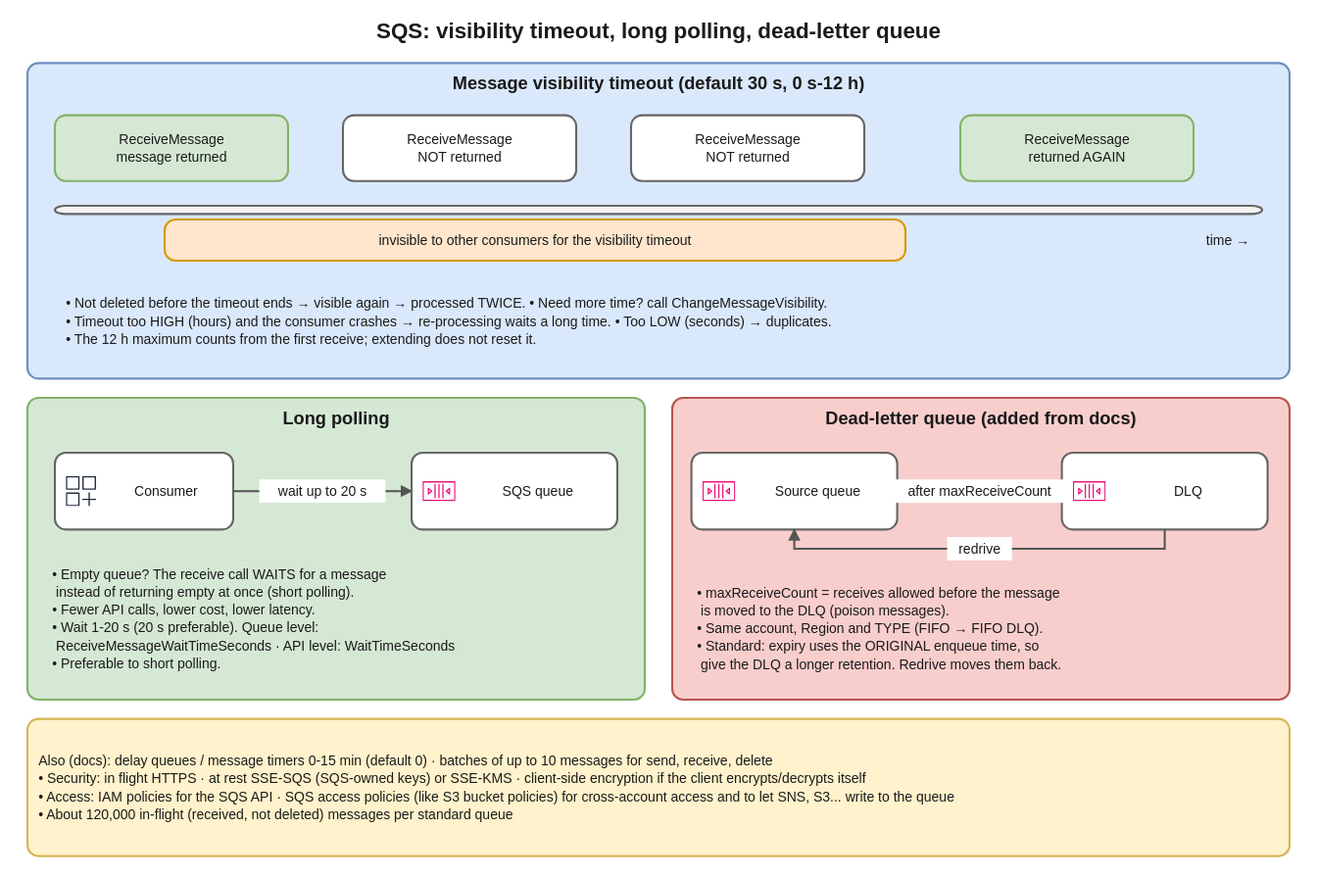
Before: interview-prep/aws/diagrams/msg-03-sqs-visibility-polling-dlq.drawio.svg, a diagram exported from draw.io (suraj9741/interview). Source tidied: cells renumbered, new cells last; positions are measured from the earlier drawing's top-left corner, leaving out a move shared by most shapes.
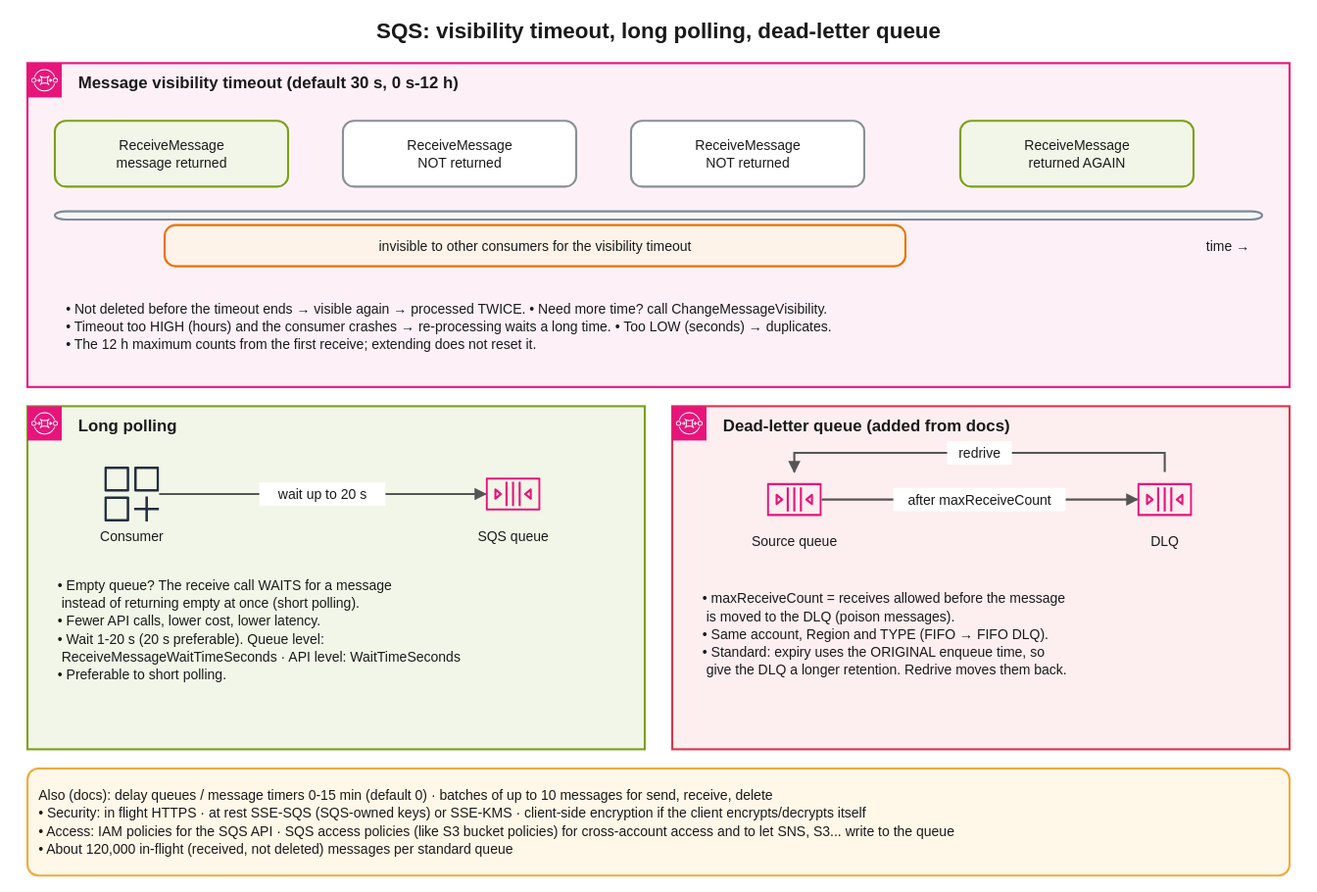
The same diagram one commit later.

Change to the diagram source:
```diff
@@ -5,71 +5,80 @@
     <mxCell id="2" value="SQS: visibility timeout, long polling, dead-letter queue" style="text;strokeColor=none;fillColor=none;whiteSpace=wrap;html=1;fontSize=16;fontColor=#1a1a1a;fontFamily=Helvetica;align=center;verticalAlign=middle;fontStyle=1;" parent="1" vertex="1">
       <mxGeometry width="960" height="28" as="geometry" />
     </mxCell>
-    <mxCell id="3" value="Message visibility timeout (default 30 s, 0 s-12 h)" style="rounded=1;absoluteArcSize=1;arcSize=16;fillColor=#dae8fc;strokeColor=#6c8ebf;strokeWidth=1.5;whiteSpace=wrap;html=1;fontSize=13;fontColor=#1a1a1a;fontFamily=Helvetica;align=center;verticalAlign=top;fontStyle=1;spacingTop=2;spacingBottom=2;" parent="1" vertex="1">
-      <mxGeometry x="20" y="38" width="920" height="230" as="geometry" />
+    <mxCell id="3" value="Message visibility timeout (default 30 s, 0 s-12 h)" style="rounded=0;fillColor=#FDF0F6;strokeColor=#E7157B;strokeWidth=1.5;whiteSpace=wrap;html=1;fontSize=12;fontColor=#1a1a1a;fontFamily=Helvetica;align=left;verticalAlign=top;fontStyle=1;spacingLeft=35;spacingTop=2;spacingBottom=2;" parent="1" vertex="1">
+      <mxGeometry x="20" y="38" width="920" height="236" as="geometry" />
     </mxCell>
+    <mxCell id="28" style="sketch=0;fontColor=#232F3E;gradientColor=none;dashed=0;verticalLabelPosition=bottom;verticalAlign=top;align=center;html=1;fontSize=12;fontStyle=0;fillColor=#E7157B;strokeColor=#ffffff;shape=mxgraph.aws4.resourceIcon;resIcon=mxgraph.aws4.sqs;" parent="1" vertex="1">
+      <mxGeometry x="20" y="38" width="25" height="25" as="geometry" />
+    </mxCell>
-    <mxCell id="4" style="rounded=1;absoluteArcSize=1;arcSize=16;fillColor=#f5f5f5;strokeColor=#666666;strokeWidth=1.5;whiteSpace=wrap;html=1;fontSize=12;fontColor=#1a1a1a;fontFamily=Helvetica;align=center;verticalAlign=middle;" parent="1" vertex="1">
-      <mxGeometry x="40" y="142" width="880" height="6" as="geometry" />
+    <mxCell id="4" style="rounded=1;absoluteArcSize=1;arcSize=16;fillColor=#F5F6F7;strokeColor=#7D8998;strokeWidth=1.5;whiteSpace=wrap;html=1;fontSize=12;fontColor=#1a1a1a;fontFamily=Helvetica;align=center;verticalAlign=middle;" parent="1" vertex="1">
+      <mxGeometry x="40" y="146" width="880" height="6" as="geometry" />
     </mxCell>
-    <mxCell id="5" value="ReceiveMessage&lt;br&gt;message returned" style="rounded=1;absoluteArcSize=1;arcSize=16;fillColor=#d5e8d4;strokeColor=#82b366;strokeWidth=1.5;whiteSpace=wrap;html=1;fontSize=10;fontColor=#1a1a1a;fontFamily=Helvetica;align=center;verticalAlign=middle;" parent="1" vertex="1">
-      <mxGeometry x="40" y="76" width="170" height="48" as="geometry" />
+    <mxCell id="5" value="ReceiveMessage&lt;br&gt;message returned" style="rounded=1;absoluteArcSize=1;arcSize=16;fillColor=#F2F6E8;strokeColor=#7AA116;strokeWidth=1.5;whiteSpace=wrap;html=1;fontSize=10;fontColor=#1a1a1a;fontFamily=Helvetica;align=center;verticalAlign=middle;" parent="1" vertex="1">
+      <mxGeometry x="40" y="80" width="170" height="48" as="geometry" />
     </mxCell>
-    <mxCell id="6" value="ReceiveMessage&lt;br&gt;NOT returned" style="rounded=1;absoluteArcSize=1;arcSize=16;fillColor=#ffffff;strokeColor=#666666;strokeWidth=1.5;whiteSpace=wrap;html=1;fontSize=10;fontColor=#1a1a1a;fontFamily=Helvetica;align=center;verticalAlign=middle;" parent="1" vertex="1">
-      <mxGeometry x="250" y="76" width="170" height="48" as="geometry" />
+    <mxCell id="6" value="ReceiveMessage&lt;br&gt;NOT returned" style="rounded=1;absoluteArcSize=1;arcSize=16;fillColor=#FFFFFF;strokeColor=#879196;strokeWidth=1.5;whiteSpace=wrap;html=1;fontSize=10;fontColor=#1a1a1a;fontFamily=Helvetica;align=center;verticalAlign=middle;" parent="1" vertex="1">
+      <mxGeometry x="250" y="80" width="170" height="48" as="geometry" />
     </mxCell>
-    <mxCell id="7" value="ReceiveMessage&lt;br&gt;NOT returned" style="rounded=1;absoluteArcSize=1;arcSize=16;fillColor=#ffffff;strokeColor=#666666;strokeWidth=1.5;whiteSpace=wrap;html=1;fontSize=10;fontColor=#1a1a1a;fontFamily=Helvetica;align=center;verticalAlign=middle;" parent="1" vertex="1">
-      <mxGeometry x="460" y="76" width="170" height="48" as="geometry" />
+    <mxCell id="7" value="ReceiveMessage&lt;br&gt;NOT returned" style="rounded=1;absoluteArcSize=1;arcSize=16;fillColor=#FFFFFF;strokeColor=#879196;strokeWidth=1.5;whiteSpace=wrap;html=1;fontSize=10;fontColor=#1a1a1a;fontFamily=Helvetica;align=center;verticalAlign=middle;" parent="1" vertex="1">
+      <mxGeometry x="460" y="80" width="170" height="48" as="geometry" />
     </mxCell>
-    <mxCell id="8" value="ReceiveMessage&lt;br&gt;returned AGAIN" style="rounded=1;absoluteArcSize=1;arcSize=16;fillColor=#d5e8d4;strokeColor=#82b366;strokeWidth=1.5;whiteSpace=wrap;html=1;fontSize=10;fontColor=#1a1a1a;fontFamily=Helvetica;align=center;verticalAlign=middle;" parent="1" vertex="1">
-      <mxGeometry x="700" y="76" width="170" height="48" as="geometry" />
+    <mxCell id="8" value="ReceiveMessage&lt;br&gt;returned AGAIN" style="rounded=1;absoluteArcSize=1;arcSize=16;fillColor=#F2F6E8;strokeColor=#7AA116;strokeWidth=1.5;whiteSpace=wrap;html=1;fontSize=10;fontColor=#1a1a1a;fontFamily=Helvetica;align=center;verticalAlign=middle;" parent="1" vertex="1">
+      <mxGeometry x="700" y="80" width="170" height="48" as="geometry" />
     </mxCell>
-    <mxCell id="9" value="invisible to other consumers for the visibility timeout" style="rounded=1;absoluteArcSize=1;arcSize=16;fillColor=#ffe6cc;strokeColor=#d79b00;strokeWidth=1.5;whiteSpace=wrap;html=1;fontSize=10;fontColor=#1a1a1a;fontFamily=Helvetica;align=center;verticalAlign=middle;" parent="1" vertex="1">
-      <mxGeometry x="120" y="152" width="540" height="30" as="geometry" />
+    <mxCell id="9" value="invisible to other consumers for the visibility timeout" style="rounded=1;absoluteArcSize=1;arcSize=16;fillColor=#FEF3E8;strokeColor=#ED7100;strokeWidth=1.5;whiteSpace=wrap;html=1;fontSize=10;fontColor=#1a1a1a;fontFamily=Helvetica;align=center;verticalAlign=middle;" parent="1" vertex="1">
+      <mxGeometry x="120" y="156" width="540" height="30" as="geometry" />
     </mxCell>
     <mxCell id="10" value="time →" style="text;strokeColor=none;fillColor=none;whiteSpace=wrap;html=1;fontSize=10;fontColor=#1a1a1a;fontFamily=Helvetica;align=center;verticalAlign=middle;" parent="1" vertex="1">
-      <mxGeometry x="860" y="152" width="70" height="30" as="geometry" />
+      <mxGeometry x="860" y="156" width="70" height="30" as="geometry" />
     </mxCell>
     <mxCell id="11" value="• Not deleted before the timeout ends → visible again → processed TWICE.   • Need more time? call ChangeMessageVisibility.&lt;br&gt;• Timeout too HIGH (hours) and the consumer crashes → re-processing waits a long time.   • Too LOW (seconds) → duplicates.&lt;br&gt;• The 12 h maximum counts from the first receive; extending does not reset it." style="text;strokeColor=none;fillColor=none;whiteSpace=wrap;html=1;fontSize=10;fontColor=#1a1a1a;fontFamily=Helvetica;align=left;verticalAlign=middle;spacingLeft=6;" parent="1" vertex="1">
-      <mxGeometry x="40" y="188" width="880" height="76" as="geometry" />
+      <mxGeometry x="40" y="192" width="880" height="76" as="geometry" />
     </mxCell>
-    <mxCell id="12" value="Long polling" style="rounded=1;absoluteArcSize=1;arcSize=16;fillColor=#d5e8d4;strokeColor=#82b366;strokeWidth=1.5;whiteSpace=wrap;html=1;fontSize=13;fontColor=#1a1a1a;fontFamily=Helvetica;align=center;verticalAlign=top;fontStyle=1;spacingTop=2;spacingBottom=2;" parent="1" vertex="1">
-      <mxGeometry x="20" y="282" width="450" height="220" as="geometry" />
+    <mxCell id="12" value="Long polling" style="rounded=0;fillColor=#F2F6E8;strokeColor=#7AA116;strokeWidth=1.5;whiteSpace=wrap;html=1;fontSize=12;fontColor=#1a1a1a;fontFamily=Helvetica;align=left;verticalAlign=top;fontStyle=1;spacingLeft=35;spacingTop=2;spacingBottom=2;" parent="1" vertex="1">
+      <mxGeometry x="20" y="288" width="450" height="250" as="geometry" />
     </mxCell>
+    <mxCell id="29" style="sketch=0;fontColor=#232F3E;gradientColor=none;dashed=0;verticalLabelPosition=bottom;verticalAlign=top;align=center;html=1;fontSize=12;fontStyle=0;fillColor=#E7157B;strokeColor=#ffffff;shape=mxgraph.aws4.resourceIcon;resIcon=mxgraph.aws4.sqs;" parent="1" vertex="1">
+      <mxGeometry x="20" y="288" width="25" height="25" as="geometry" />
+    </mxCell>
-    <mxCell id="13" value="Consumer" style="rounded=1;absoluteArcSize=1;arcSize=16;fillColor=#ffffff;strokeColor=#666666;strokeWidth=1.5;whiteSpace=wrap;html=1;fontSize=10;fontColor=#1a1a1a;fontFamily=Helvetica;align=center;verticalAlign=middle;spacingLeft=32;" parent="1" vertex="1">
-      <mxGeometry x="40" y="322" width="130" height="56" as="geometry" />
+    <mxCell id="13" style="sketch=0;outlineConnect=0;fontColor=#232F3E;gradientColor=none;dashed=0;verticalLabelPosition=bottom;verticalAlign=top;align=center;html=1;fontSize=12;fontStyle=0;fillColor=#232F3E;strokeColor=none;shape=mxgraph.aws4.generic_application;" parent="1" vertex="1">
+      <mxGeometry x="76" y="332" width="40" height="40" as="geometry" />
     </mxCell>
-    <mxCell id="14" style="sketch=0;fontColor=#232F3E;gradientColor=none;dashed=0;verticalLabelPosition=bottom;verticalAlign=top;align=center;html=1;fontSize=12;fontStyle=0;fillColor=#232F3E;strokeColor=none;shape=mxgraph.aws4.generic_application;" parent="1" vertex="1">
-      <mxGeometry x="48" y="339" width="22" height="22" as="geometry" />
-    </mxCell>
+    <mxCell id="30" value="Consumer" style="text;strokeColor=none;fillColor=none;whiteSpace=wrap;html=1;fontSize=10;fontColor=#1a1a1a;fontFamily=Helvetica;align=center;verticalAlign=middle;" parent="1" vertex="1">
+      <mxGeometry x="21" y="374" width="150" height="17" as="geometry" />
+    </mxCell>
-    <mxCell id="15" value="SQS queue" style="rounded=1;absoluteArcSize=1;arcSize=16;fillColor=#ffffff;strokeColor=#666666;strokeWidth=1.5;whiteSpace=wrap;html=1;fontSize=10;fontColor=#1a1a1a;fontFamily=Helvetica;align=center;verticalAlign=middle;spacingLeft=34;" parent="1" vertex="1">
-      <mxGeometry x="300" y="322" width="150" height="56" as="geometry" />
+    <mxCell id="15" style="sketch=0;outlineConnect=0;fontColor=#232F3E;gradientColor=none;dashed=0;verticalLabelPosition=bottom;verticalAlign=top;align=center;html=1;fontSize=12;fontStyle=0;fillColor=#E7157B;strokeColor=none;shape=mxgraph.aws4.queue;" parent="1" vertex="1">
+      <mxGeometry x="354" y="332" width="40" height="40" as="geometry" />
     </mxCell>
-    <mxCell id="16" style="sketch=0;fontColor=#232F3E;gradientColor=none;dashed=0;verticalLabelPosition=bottom;verticalAlign=top;align=center;html=1;fontSize=12;fontStyle=0;fillColor=#E7157B;strokeColor=none;shape=mxgraph.aws4.queue;" parent="1" vertex="1">
-      <mxGeometry x="308" y="338" width="24" height="24" as="geometry" />
-    </mxCell>
+    <mxCell id="31" value="SQS queue" style="text;strokeColor=none;fillColor=none;whiteSpace=wrap;html=1;fontSize=10;fontColor=#1a1a1a;fontFamily=Helvetica;align=center;verticalAlign=middle;" parent="1" vertex="1">
+      <mxGeometry x="299" y="374" width="150" height="17" as="geometry" />
+    </mxCell>
     <mxCell id="17" value="• Empty queue? The receive call WAITS for a message&lt;br&gt;  instead of returning empty at once (short polling).&lt;br&gt;• Fewer API calls, lower cost, lower latency.&lt;br&gt;• Wait 1-20 s (20 s preferable). Queue level:&lt;br&gt;  ReceiveMessageWaitTimeSeconds · API level: WaitTimeSeconds&lt;br&gt;• Preferable to short polling." style="text;strokeColor=none;fillColor=none;whiteSpace=wrap;html=1;fontSize=10;fontColor=#1a1a1a;fontFamily=Helvetica;align=left;verticalAlign=middle;spacingLeft=6;" parent="1" vertex="1">
-      <mxGeometry x="30" y="388" width="430" height="110" as="geometry" />
+      <mxGeometry x="34" y="396" width="430" height="110" as="geometry" />
     </mxCell>
-    <mxCell id="18" value="Dead-letter queue (added from docs)" style="rounded=1;absoluteArcSize=1;arcSize=16;fillColor=#f8cecc;strokeColor=#b85450;strokeWidth=1.5;whiteSpace=wrap;html=1;fontSize=13;fontColor=#1a1a1a;fontFamily=Helvetica;align=center;verticalAlign=top;fontStyle=1;spacingTop=2;spacingBottom=2;" parent="1" vertex="1">
-      <mxGeometry x="490" y="282" width="450" height="220" as="geometry" />
+    <mxCell id="18" value="Dead-letter queue (added from docs)" style="rounded=0;fillColor=#FDEEF0;strokeColor=#DD344C;strokeWidth=1.5;whiteSpace=wrap;html=1;fontSize=12;fontColor=#1a1a1a;fontFamily=Helvetica;align=left;verticalAlign=top;fontStyle=1;spacingLeft=35;spacingTop=2;spacingBottom=2;" parent="1" vertex="1">
+      <mxGeometry x="490" y="288" width="450" height="250" as="geometry" />
     </mxCell>
+    <mxCell id="32" style="sketch=0;fontColor=#232F3E;gradientColor=none;dashed=0;verticalLabelPosition=bottom;verticalAlign=top;align=center;html=1;fontSize=12;fontStyle=0;fillColor=#E7157B;strokeColor=#ffffff;shape=mxgraph.aws4.resourceIcon;resIcon=mxgraph.aws4.sqs;" parent="1" vertex="1">
+      <mxGeometry x="490" y="288" width="25" height="25" as="geometry" />
+    </mxCell>
-    <mxCell id="19" value="Source queue" style="rounded=1;absoluteArcSize=1;arcSize=16;fillColor=#ffffff;strokeColor=#666666;strokeWidth=1.5;whiteSpace=wrap;html=1;fontSize=10;fontColor=#1a1a1a;fontFamily=Helvetica;align=center;verticalAlign=middle;spacingLeft=34;" parent="1" vertex="1">
-      <mxGeometry x="504" y="322" width="150" height="56" as="geometry" />
+    <mxCell id="19" style="sketch=0;outlineConnect=0;fontColor=#232F3E;gradientColor=none;dashed=0;verticalLabelPosition=bottom;verticalAlign=top;align=center;html=1;fontSize=12;fontStyle=0;fillColor=#E7157B;strokeColor=none;shape=mxgraph.aws4.queue;" parent="1" vertex="1">
+      <mxGeometry x="559" y="336" width="40" height="40" as="geometry" />
     </mxCell>
-    <mxCell id="20" style="sketch=0;fontColor=#232F3E;gradientColor=none;dashed=0;verticalLabelPosition=bottom;verticalAlign=top;align=center;html=1;fontSize=12;fontStyle=0;fillColor=#E7157B;strokeColor=none;shape=mxgraph.aws4.queue;" parent="1" vertex="1">
-      <mxGeometry x="512" y="338" width="24" height="24" as="geometry" />
-    </mxCell>
+    <mxCell id="33" value="Source queue" style="text;strokeColor=none;fillColor=none;whiteSpace=wrap;html=1;fontSize=10;fontColor=#1a1a1a;fontFamily=Helvetica;align=center;verticalAlign=middle;" parent="1" vertex="1">
+      <mxGeometry x="504" y="378" width="150" height="17" as="geometry" />
+    </mxCell>
-    <mxCell id="21" value="DLQ" style="rounded=1;absoluteArcSize=1;arcSize=16;fillColor=#ffffff;strokeColor=#666666;strokeWidth=1.5;whiteSpace=wrap;html=1;fontSize=10;fontColor=#1a1a1a;fontFamily=Helvetica;align=center;verticalAlign=middle;spacingLeft=34;" parent="1" vertex="1">
-      <mxGeometry x="774" y="322" width="150" height="56" as="geometry" />
+    <mxCell id="21" style="sketch=0;outlineConnect=0;fontColor=#232F3E;gradientColor=none;dashed=0;verticalLabelPosition=bottom;verticalAlign=top;align=center;html=1;fontSize=12;fontStyle=0;fillColor=#E7157B;strokeColor=none;shape=mxgraph.aws4.queue;" parent="1" vertex="1">
+      <mxGeometry x="829" y="336" width="40" height="40" as="geometry" />
     </mxCell>
-    <mxCell id="22" style="sketch=0;fontColor=#232F3E;gradientColor=none;dashed=0;verticalLabelPosition=bottom;verticalAlign=top;align=center;html=1;fontSize=12;fontStyle=0;fillColor=#E7157B;strokeColor=none;shape=mxgraph.aws4.queue;" parent="1" vertex="1">
-      <mxGeometry x="782" y="338" width="24" height="24" as="geometry" />
-    </mxCell>
+    <mxCell id="34" value="DLQ" style="text;strokeColor=none;fillColor=none;whiteSpace=wrap;html=1;fontSize=10;fontColor=#1a1a1a;fontFamily=Helvetica;align=center;verticalAlign=middle;" parent="1" vertex="1">
+      <mxGeometry x="774" y="378" width="150" height="17" as="geometry" />
+    </mxCell>
     <mxCell id="23" value="• maxReceiveCount = receives allowed before the message&lt;br&gt;  is moved to the DLQ (poison messages).&lt;br&gt;• Same account, Region and TYPE (FIFO → FIFO DLQ).&lt;br&gt;• Standard: expiry uses the ORIGINAL enqueue time, so&lt;br&gt;  give the DLQ a longer retention. Redrive moves them back." style="text;strokeColor=none;fillColor=none;whiteSpace=wrap;html=1;fontSize=10;fontColor=#1a1a1a;fontFamily=Helvetica;align=left;verticalAlign=middle;spacingLeft=6;" parent="1" vertex="1">
-      <mxGeometry x="500" y="402" width="430" height="96" as="geometry" />
+      <mxGeometry x="504" y="404" width="430" height="100" as="geometry" />
     </mxCell>
-    <mxCell id="24" value="Also (docs): delay queues / message timers 0-15 min (default 0) · batches of up to 10 messages for send, receive, delete&lt;br&gt;• Security: in flight HTTPS · at rest SSE-SQS (SQS-owned keys) or SSE-KMS · client-side encryption if the client encrypts/decrypts itself&lt;br&gt;• Access: IAM policies for the SQS API · SQS access policies (like S3 bucket policies) for cross-account access and to let SNS, S3... write to the queue&lt;br&gt;• About 120,000 in-flight (received, not deleted) messages per standard queue" style="rounded=1;absoluteArcSize=1;arcSize=16;fillColor=#fff2cc;strokeColor=#d6b656;strokeWidth=1.5;whiteSpace=wrap;html=1;fontSize=10;fontColor=#1a1a1a;fontFamily=Helvetica;align=left;verticalAlign=middle;spacingLeft=6;" parent="1" vertex="1">
-      <mxGeometry x="20" y="516" width="920" height="100" as="geometry" />
+    <mxCell id="24" value="Also (docs): delay queues / message timers 0-15 min (default 0) · batches of up to 10 messages for send, receive, delete&lt;br&gt;• Security: in flight HTTPS · at rest SSE-SQS (SQS-owned keys) or SSE-KMS · client-side encryption if the client encrypts/decrypts itself&lt;br&gt;• Access: IAM policies for the SQS API · SQS access policies (like S3 bucket policies) for cross-account access and to let SNS, S3... write to the queue&lt;br&gt;• About 120,000 in-flight (received, not deleted) messages per standard queue" style="rounded=1;absoluteArcSize=1;arcSize=16;fillColor=#FFF8E8;strokeColor=#F2A93B;strokeWidth=1.5;whiteSpace=wrap;html=1;fontSize=10;fontColor=#1a1a1a;fontFamily=Helvetica;align=left;verticalAlign=middle;spacingLeft=6;" parent="1" vertex="1">
+      <mxGeometry x="20" y="552" width="920" height="78" as="geometry" />
     </mxCell>
     <mxCell id="25" value="wait up to 20 s" style="html=1;rounded=0;endArrow=classic;endFill=1;strokeColor=#555555;strokeWidth=1.5;fontSize=10;fontColor=#1a1a1a;labelBackgroundColor=#ffffff;startArrow=none;" parent="1" edge="1" source="13" target="15">
       <mxGeometry relative="1" as="geometry" />
@@ -80,8 +89,8 @@
     <mxCell id="27" value="redrive" style="html=1;rounded=0;endArrow=classic;endFill=1;strokeColor=#555555;strokeWidth=1.5;fontSize=10;fontColor=#1a1a1a;labelBackgroundColor=#ffffff;startArrow=none;" parent="1" edge="1" source="21" target="19">
       <mxGeometry relative="1" as="geometry">
         <Array as="points">
-          <mxPoint x="849" y="392" />
-          <mxPoint x="579" y="392" />
+          <mxPoint x="849" y="322" />
+          <mxPoint x="579" y="322" />
         </Array>
       </mxGeometry>
     </mxCell>
```
